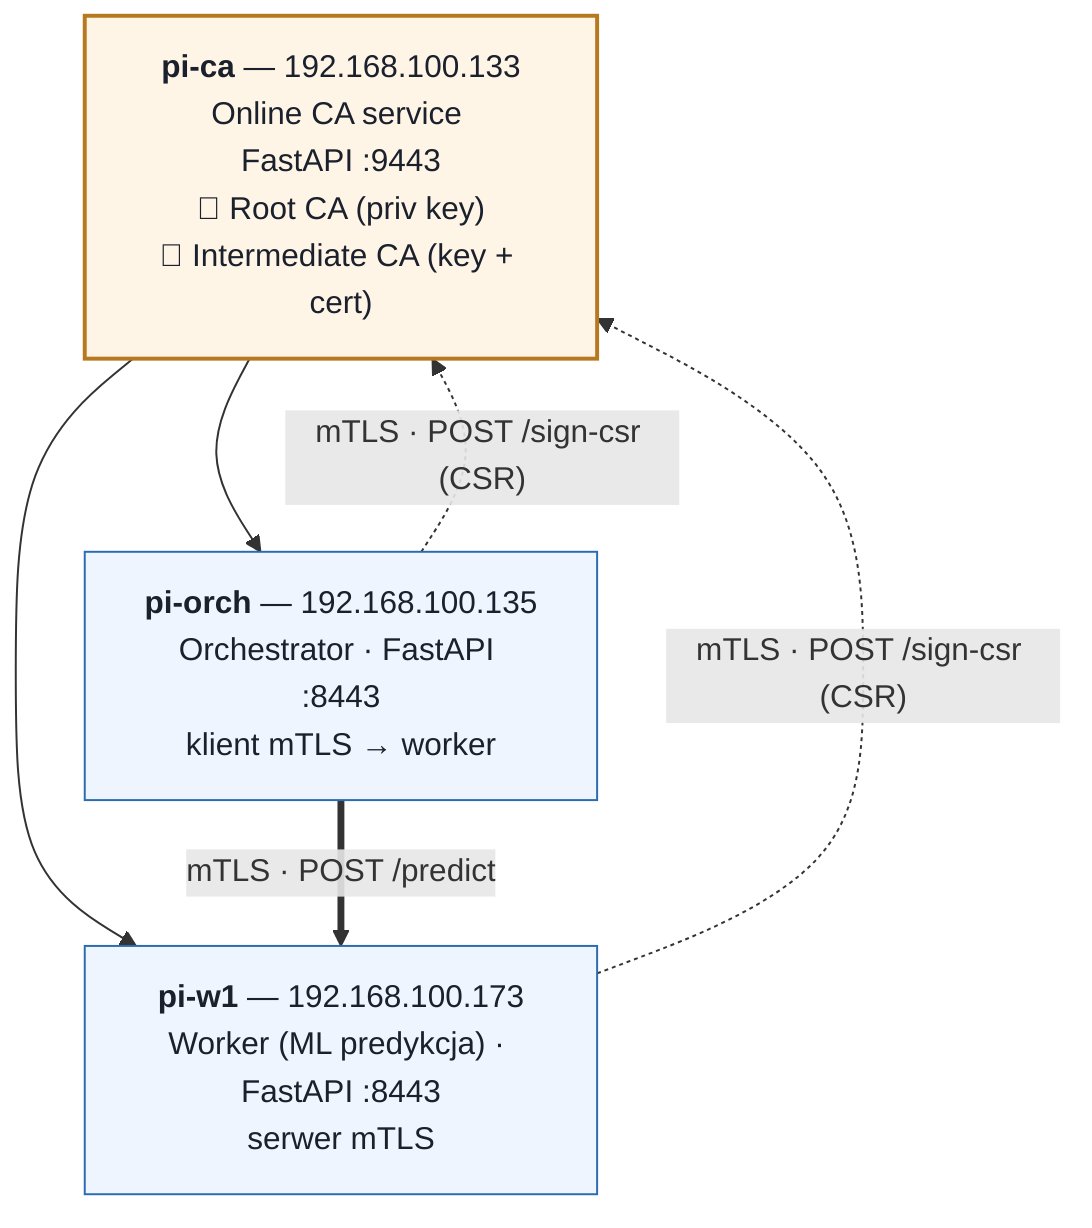
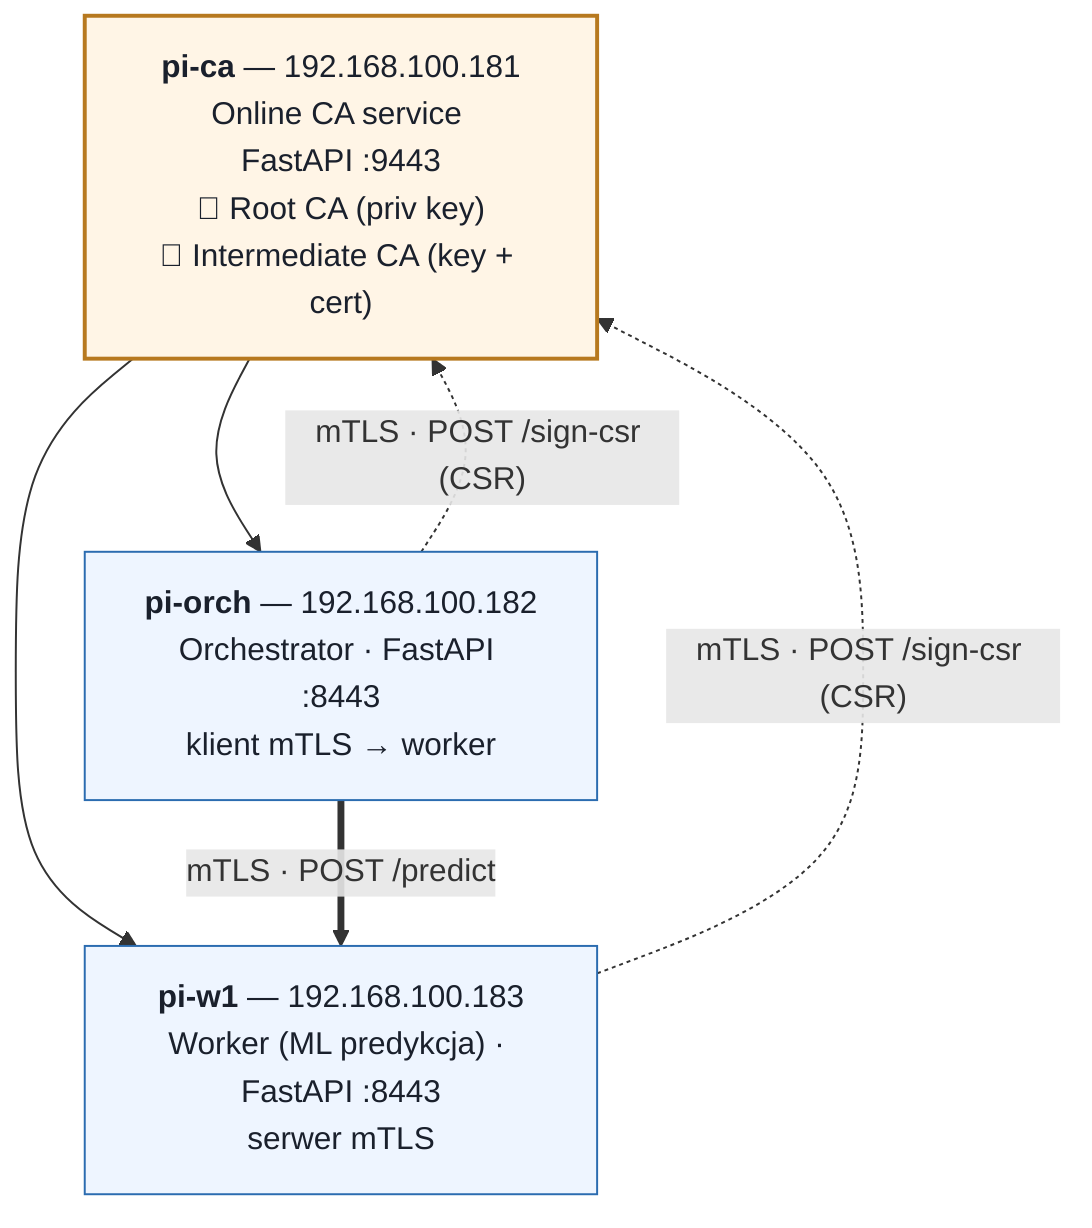
%% Architektura klastra PKI — Sprint 02 (v1 roboczy)
%% Render: VSCode "Markdown Preview Mermaid" / mermaid.live / mmdc -i architecture.mmd -o architecture.png
flowchart TD
    classDef node fill:#eef5ff,stroke:#2b6cb0,stroke-width:1px,color:#1a202c;
    classDef ca   fill:#fff5e6,stroke:#b7791f,stroke-width:2px,color:#1a202c;

-     pica["<b>pi-ca</b> — 192.168.100.133<br/>Online CA service <br/>FastAPI :9443<br/>🔑 Root CA (priv key)<br/>🔑 Intermediate CA (key + cert)"]:::ca
+     pica["<b>pi-ca</b> — 192.168.100.181<br/>Online CA service <br/>FastAPI :9443<br/>🔑 Root CA (priv key)<br/>🔑 Intermediate CA (key + cert)"]:::ca

-     orch["<b>pi-orch</b> — 192.168.100.135<br/>Orchestrator · FastAPI :8443<br/>klient mTLS → worker"]:::node
+     orch["<b>pi-orch</b> — 192.168.100.182<br/>Orchestrator · FastAPI :8443<br/>klient mTLS → worker"]:::node

-     w1["<b>pi-w1</b> — 192.168.100.173<br/>Worker (ML predykcja) · FastAPI :8443<br/>serwer mTLS"]:::node
+     w1["<b>pi-w1</b> — 192.168.100.183<br/>Worker (ML predykcja) · FastAPI :8443<br/>serwer mTLS"]:::node

    pica --> orch
    pica --> w1

    %% Faza bootstrap: każdy węzeł startuje od CSR → pi-ca (mTLS)
    orch -. "mTLS · POST /sign-csr (CSR)" .-> pica
    w1   -. "mTLS · POST /sign-csr (CSR)" .-> pica

    %% Faza operacyjna: orkiestrator → worker (mTLS)
    orch == "mTLS · POST /predict" ==> w1
